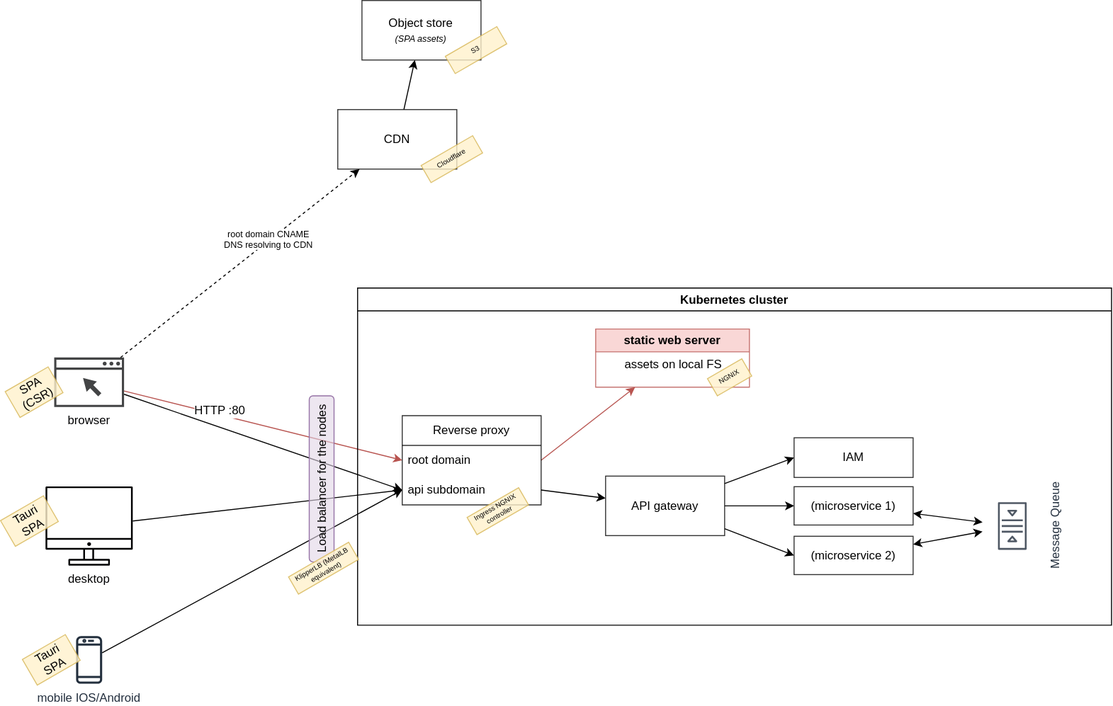
Above: docs/microservices-architecture.drawio.svg in szn-app/donation-web-platform (draw.io), before the change. Source tidied: cells renumbered, new cells last; positions are measured from the earlier drawing's top-left corner, leaving out a move shared by most shapes.
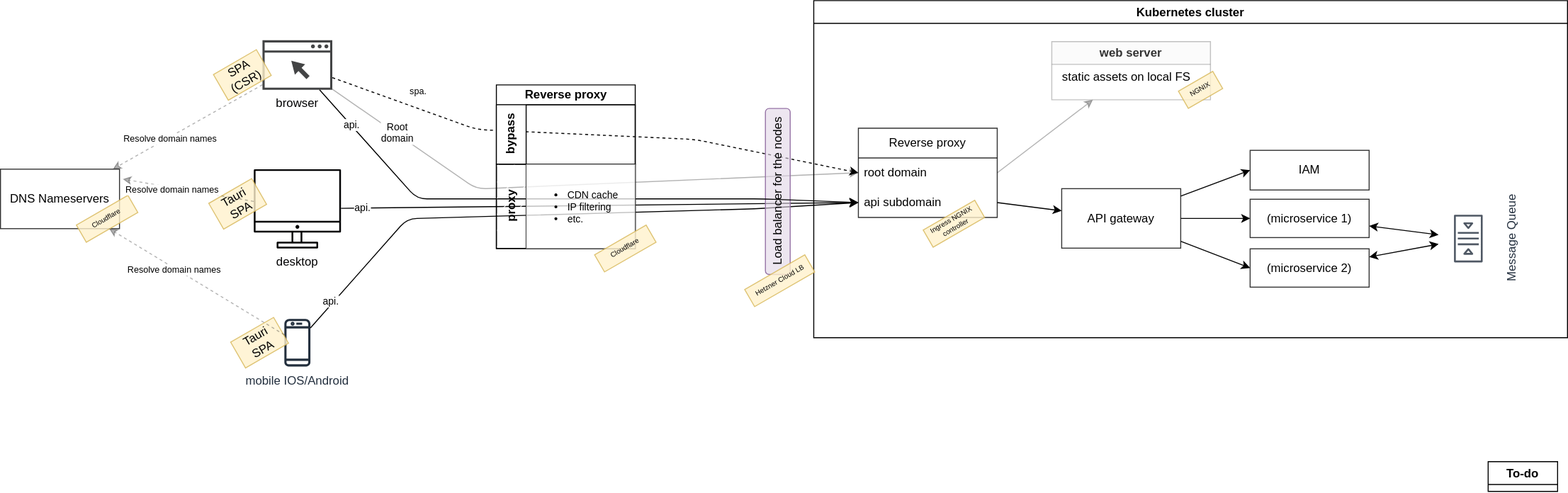
After the commit.

Commit message:
docs: architecture diagram update ci: configure gateway routing docs(test): run a simple latency test with Cloudflare

Change to the diagram source:
```diff
@@ -2,22 +2,28 @@
   <root>
     <mxCell id="0" />
     <mxCell id="1" parent="0" />
-    <mxCell id="2" style="edgeStyle=none;html=1;fontSize=12;entryX=0;entryY=0.5;entryDx=0;entryDy=0;fillColor=#f8cecc;strokeColor=#b85450;" parent="1" edge="1" source="33" target="23">
-      <mxGeometry relative="1" as="geometry" />
+    <mxCell id="2" style="edgeStyle=none;html=1;fontSize=12;entryX=0;entryY=0.5;entryDx=0;entryDy=0;fillColor=#f5f5f5;strokeColor=#666666;fillOpacity=50;strokeOpacity=50;fontStyle=1;" parent="1" edge="1" source="33" target="23">
+      <mxGeometry relative="1" as="geometry">
+        <Array as="points">
+          <mxPoint x="270" y="510" />
+        </Array>
+      </mxGeometry>
     </mxCell>
-    <mxCell id="3" value="HTTP :80" style="edgeLabel;html=1;align=center;verticalAlign=middle;fontSize=12;" parent="2" vertex="1">
-      <mxGeometry x="-0.32" y="4" relative="1" as="geometry" />
-    </mxCell>
+    <mxCell id="47" value="Root&lt;br&gt;domain" style="edgeLabel;html=1;align=center;verticalAlign=middle;fontSize=10;" parent="2" vertex="1">
+      <mxGeometry x="-0.76" y="-1" relative="1" as="geometry">
+        <mxPoint x="10" y="4" as="offset" />
+      </mxGeometry>
+    </mxCell>
     <mxCell id="4" value="Kubernetes cluster" style="swimlane;" parent="1" vertex="1">
-      <mxGeometry x="360" y="290" width="760" height="340" as="geometry" />
+      <mxGeometry x="610" y="320" width="760" height="340" as="geometry" />
     </mxCell>
-    <mxCell id="5" style="edgeStyle=none;html=1;fontSize=12;exitX=1;exitY=0.5;exitDx=0;exitDy=0;fillColor=#f8cecc;strokeColor=#b85450;" parent="4" edge="1" source="23" target="17">
+    <mxCell id="5" style="edgeStyle=none;html=1;fontSize=12;exitX=1;exitY=0.5;exitDx=0;exitDy=0;fillColor=#f5f5f5;strokeColor=#666666;fillOpacity=50;strokeOpacity=50;fontStyle=1;" parent="4" edge="1" source="23" target="17">
       <mxGeometry relative="1" as="geometry" />
     </mxCell>
-    <mxCell id="6" style="edgeStyle=none;html=1;entryX=0;entryY=0.5;entryDx=0;entryDy=0;fontSize=12;" parent="4" edge="1" source="8" target="12">
+    <mxCell id="6" style="edgeStyle=none;html=1;entryX=0;entryY=0.5;entryDx=0;entryDy=0;fontSize=12;fontStyle=1;" parent="4" edge="1" source="8" target="12">
       <mxGeometry relative="1" as="geometry" />
     </mxCell>
-    <mxCell id="7" style="edgeStyle=none;html=1;entryX=0;entryY=0.5;entryDx=0;entryDy=0;fontSize=12;" parent="4" edge="1" source="8" target="13">
+    <mxCell id="7" style="edgeStyle=none;html=1;entryX=0;entryY=0.5;entryDx=0;entryDy=0;fontSize=12;fontStyle=1;" parent="4" edge="1" source="8" target="13">
       <mxGeometry relative="1" as="geometry" />
     </mxCell>
     <mxCell id="8" value="API gateway" style="rounded=0;whiteSpace=wrap;html=1;glass=0;fontSize=12;opacity=80;" parent="4" vertex="1">
@@ -26,10 +32,10 @@
     <mxCell id="9" value="IAM" style="rounded=0;whiteSpace=wrap;html=1;glass=0;fontSize=12;opacity=80;" parent="4" vertex="1">
       <mxGeometry x="440" y="151" width="120" height="40" as="geometry" />
     </mxCell>
-    <mxCell id="10" style="edgeStyle=none;html=1;fontSize=12;entryX=0;entryY=0.5;entryDx=0;entryDy=0;" parent="4" edge="1" source="8" target="9">
+    <mxCell id="10" style="edgeStyle=none;html=1;fontSize=12;entryX=0;entryY=0.5;entryDx=0;entryDy=0;fontStyle=1;" parent="4" edge="1" source="8" target="9">
       <mxGeometry relative="1" as="geometry" />
     </mxCell>
-    <mxCell id="11" style="html=1;fontSize=12;verticalAlign=middle;horizontal=1;startArrow=classic;startFill=1;" parent="4" edge="1" source="12" target="15">
+    <mxCell id="11" style="html=1;fontSize=12;verticalAlign=middle;horizontal=1;startArrow=classic;startFill=1;fontStyle=1;" parent="4" edge="1" source="12" target="15">
       <mxGeometry relative="1" as="geometry" />
     </mxCell>
     <mxCell id="12" value="(microservice 1)" style="rounded=0;whiteSpace=wrap;html=1;glass=0;fontSize=12;opacity=80;" parent="4" vertex="1">
@@ -38,23 +44,23 @@
     <mxCell id="13" value="(microservice 2)" style="rounded=0;whiteSpace=wrap;html=1;glass=0;fontSize=12;opacity=80;" parent="4" vertex="1">
       <mxGeometry x="440" y="250.3" width="120" height="38.7" as="geometry" />
     </mxCell>
-    <mxCell id="14" style="edgeStyle=none;html=1;exitX=1;exitY=0.5;exitDx=0;exitDy=0;fontSize=12;" parent="4" edge="1" source="24" target="8">
+    <mxCell id="14" style="edgeStyle=none;html=1;exitX=1;exitY=0.5;exitDx=0;exitDy=0;fontSize=12;fontStyle=1;" parent="4" edge="1" source="24" target="8">
       <mxGeometry relative="1" as="geometry" />
     </mxCell>
     <mxCell id="15" value="Message Queue" style="sketch=0;outlineConnect=0;fontColor=#232F3E;gradientColor=none;strokeColor=#232F3E;fillColor=#ffffff;dashed=0;verticalLabelPosition=bottom;verticalAlign=top;align=center;html=1;fontSize=12;fontStyle=0;shape=mxgraph.aws4.resourceIcon;resIcon=mxgraph.aws4.queue;glass=0;opacity=80;rotation=-90;" parent="4" vertex="1">
       <mxGeometry x="630" y="210" width="60" height="60" as="geometry" />
     </mxCell>
-    <mxCell id="16" style="html=1;fontSize=12;verticalAlign=middle;horizontal=1;startArrow=classic;startFill=1;" parent="4" edge="1" source="13" target="15">
+    <mxCell id="16" style="html=1;fontSize=12;verticalAlign=middle;horizontal=1;startArrow=classic;startFill=1;fontStyle=1;" parent="4" edge="1" source="13" target="15">
       <mxGeometry relative="1" as="geometry" />
     </mxCell>
-    <mxCell id="17" value="static web server" style="swimlane;whiteSpace=wrap;html=1;glass=0;fontFamily=Helvetica;fontSize=12;opacity=80;fillColor=#f8cecc;strokeColor=#b85450;" parent="4" vertex="1">
-      <mxGeometry x="240" y="41.3" width="155" height="58.7" as="geometry" />
+    <mxCell id="17" value="web server" style="swimlane;whiteSpace=wrap;html=1;glass=0;fontFamily=Helvetica;fontSize=12;opacity=80;fillColor=#f5f5f5;strokeColor=#666666;fontColor=#333333;fillOpacity=50;strokeOpacity=50;" parent="4" vertex="1">
+      <mxGeometry x="240" y="41.3" width="160" height="58.7" as="geometry" />
     </mxCell>
-    <mxCell id="18" value="assets on local FS" style="text;html=1;align=center;verticalAlign=middle;fontSize=12;fontFamily=Helvetica;glass=0;opacity=80;" parent="17" vertex="1">
-      <mxGeometry x="17.5" y="21" width="120" height="30" as="geometry" />
+    <mxCell id="18" value="static assets on local FS" style="text;html=1;align=center;verticalAlign=middle;fontSize=12;fontFamily=Helvetica;glass=0;opacity=80;" parent="17" vertex="1">
+      <mxGeometry y="21" width="150" height="30" as="geometry" />
     </mxCell>
     <mxCell id="19" value="&lt;span style=&quot;color: rgb(2, 2, 3); font-size: 7px;&quot;&gt;NGNIX&lt;/span&gt;" style="text;html=1;align=center;verticalAlign=middle;whiteSpace=wrap;rounded=0;rotation=-30;glass=0;fillOpacity=100;strokeOpacity=100;opacity=80;arcSize=12;fontSize=7;fillColor=#fff2cc;strokeColor=#d6b656;" parent="17" vertex="1">
-      <mxGeometry x="115" y="38.7" width="40" height="20" as="geometry" />
+      <mxGeometry x="130" y="38.7" width="40" height="20" as="geometry" />
     </mxCell>
     <mxCell id="20" style="group;" parent="4" vertex="1">
       <mxGeometry x="45" y="100" width="147.3" height="148.7" as="geometry" />
@@ -101,41 +107,96 @@
     <mxCell id="34" value="&lt;span style=&quot;color: rgb(2, 2, 3);&quot;&gt;SPA (CSR)&lt;/span&gt;" style="text;html=1;fillColor=#fff2cc;align=center;verticalAlign=middle;whiteSpace=wrap;rounded=0;rotation=-30;strokeColor=#d6b656;glass=0;fillOpacity=100;strokeOpacity=100;opacity=80;arcSize=12;" parent="32" vertex="1">
       <mxGeometry x="4.2" y="20" width="50" height="30" as="geometry" />
     </mxCell>
-    <mxCell id="35" style="edgeStyle=none;html=1;entryX=0;entryY=0.5;entryDx=0;entryDy=0;fontSize=12;" parent="1" edge="1" source="30" target="24">
+    <mxCell id="35" style="edgeStyle=none;html=1;entryX=0;entryY=0.5;entryDx=0;entryDy=0;fontSize=12;fontStyle=1;" parent="1" edge="1" source="30" target="24">
       <mxGeometry relative="1" as="geometry" />
     </mxCell>
+    <mxCell id="48" value="api." style="edgeLabel;html=1;align=center;verticalAlign=middle;fontSize=10;" parent="35" vertex="1">
+      <mxGeometry x="-0.92" y="1" relative="1" as="geometry" />
+    </mxCell>
-    <mxCell id="36" style="edgeStyle=none;html=1;entryX=0;entryY=0.5;entryDx=0;entryDy=0;fontSize=12;" parent="1" edge="1" source="27" target="24">
-      <mxGeometry relative="1" as="geometry" />
+    <mxCell id="36" style="edgeStyle=none;html=1;entryX=0;entryY=0.5;entryDx=0;entryDy=0;fontSize=12;fontStyle=1;" parent="1" edge="1" source="27" target="24">
+      <mxGeometry relative="1" as="geometry">
+        <Array as="points">
+          <mxPoint x="200" y="540" />
+          <mxPoint x="550" y="530" />
+        </Array>
+      </mxGeometry>
     </mxCell>
-    <mxCell id="37" style="edgeStyle=none;html=1;" parent="1" edge="1" source="38" target="39">
-      <mxGeometry relative="1" as="geometry" />
-    </mxCell>
-    <mxCell id="38" value="CDN" style="rounded=0;whiteSpace=wrap;html=1;glass=0;fontSize=12;opacity=80;" parent="1" vertex="1">
-      <mxGeometry x="340" y="110" width="120" height="60" as="geometry" />
-    </mxCell>
-    <mxCell id="39" value="Object store&lt;br&gt;&lt;i&gt;&lt;font style=&quot;font-size: 9px;&quot;&gt;(SPA assets)&lt;/font&gt;&lt;/i&gt;" style="rounded=0;whiteSpace=wrap;html=1;glass=0;fontSize=12;opacity=80;" parent="1" vertex="1">
-      <mxGeometry x="364.4" width="120" height="60" as="geometry" />
-    </mxCell>
-    <mxCell id="40" value="&lt;font color=&quot;#020203&quot;&gt;Cloudflare&lt;/font&gt;" style="text;html=1;fillColor=#fff2cc;align=center;verticalAlign=middle;whiteSpace=wrap;rounded=0;rotation=-30;strokeColor=#d6b656;glass=0;fillOpacity=100;strokeOpacity=100;opacity=80;arcSize=12;fontSize=7;" parent="1" vertex="1">
-      <mxGeometry x="425" y="150" width="60" height="20" as="geometry" />
-    </mxCell>
-    <mxCell id="41" value="&lt;font color=&quot;#020203&quot;&gt;S3&lt;/font&gt;" style="text;html=1;fillColor=#fff2cc;align=center;verticalAlign=middle;whiteSpace=wrap;rounded=0;rotation=-30;strokeColor=#d6b656;glass=0;fillOpacity=100;strokeOpacity=100;opacity=80;arcSize=12;fontSize=7;" parent="1" vertex="1">
-      <mxGeometry x="449.4" y="40" width="60" height="20" as="geometry" />
-    </mxCell>
+    <mxCell id="49" value="api." style="edgeLabel;html=1;align=center;verticalAlign=middle;fontSize=10;" parent="36" vertex="1">
+      <mxGeometry x="-0.89" y="3" relative="1" as="geometry" />
+    </mxCell>
-    <mxCell id="42" style="edgeStyle=none;html=1;dashed=1;fontSize=9;" parent="1" edge="1" source="33" target="38">
-      <mxGeometry relative="1" as="geometry" />
+    <mxCell id="42" style="edgeStyle=none;html=1;dashed=1;fontSize=9;fontStyle=1;entryX=0;entryY=0.5;entryDx=0;entryDy=0;" parent="1" edge="1" source="33" target="23">
+      <mxGeometry relative="1" as="geometry">
+        <Array as="points">
+          <mxPoint x="270" y="450" />
+          <mxPoint x="490" y="460" />
+        </Array>
+      </mxGeometry>
     </mxCell>
-    <mxCell id="43" value="root domain CNAME&lt;br&gt;DNS resolving to CDN" style="edgeLabel;html=1;align=center;verticalAlign=middle;fontSize=9;" parent="42" vertex="1">
-      <mxGeometry x="0.25" y="2" relative="1" as="geometry" />
+    <mxCell id="43" value="spa." style="edgeLabel;html=1;align=center;verticalAlign=middle;fontSize=9;" parent="42" vertex="1">
+      <mxGeometry x="0.25" y="2" relative="1" as="geometry">
+        <mxPoint x="-243" y="-45" as="offset" />
+      </mxGeometry>
     </mxCell>
-    <mxCell id="44" style="edgeStyle=none;html=1;entryX=0;entryY=0.5;entryDx=0;entryDy=0;fontSize=9;" parent="1" edge="1" source="33" target="24">
-      <mxGeometry relative="1" as="geometry" />
-    </mxCell>
     <mxCell id="45" value="Load balancer for the nodes" style="rounded=1;whiteSpace=wrap;html=1;rotation=-90;glass=0;shadow=0;fillStyle=auto;fillColor=#e1d5e7;strokeColor=#9673a6;fillOpacity=60;" parent="1" vertex="1">
-      <mxGeometry x="240" y="470" width="167.5" height="25" as="geometry" />
+      <mxGeometry x="490" y="500" width="167.5" height="25" as="geometry" />
     </mxCell>
-    <mxCell id="46" value="&lt;font color=&quot;#020203&quot;&gt;KlipperLB (MetalLB equivalent)&lt;/font&gt;" style="text;html=1;fillColor=#fff2cc;align=center;verticalAlign=middle;whiteSpace=wrap;rounded=0;rotation=-30;strokeColor=#d6b656;glass=0;fillOpacity=100;strokeOpacity=100;opacity=80;arcSize=12;fontSize=7;" parent="1" vertex="1">
-      <mxGeometry x="290.7" y="562.5" width="70" height="20" as="geometry" />
+    <mxCell id="46" value="&lt;font color=&quot;#020203&quot;&gt;Hetzner Cloud LB&lt;/font&gt;" style="text;html=1;fillColor=#fff2cc;align=center;verticalAlign=middle;whiteSpace=wrap;rounded=0;rotation=-30;strokeColor=#d6b656;glass=0;fillOpacity=100;strokeOpacity=100;opacity=80;arcSize=12;fontSize=7;" parent="1" vertex="1">
+      <mxGeometry x="540.7" y="592.5" width="70" height="20" as="geometry" />
     </mxCell>
+    <mxCell id="50" value="DNS Nameservers" style="rounded=0;whiteSpace=wrap;html=1;glass=0;fontSize=12;opacity=80;" parent="1" vertex="1">
+      <mxGeometry x="-210" y="490" width="120" height="60" as="geometry" />
+    </mxCell>
+    <mxCell id="51" value="&lt;font color=&quot;#020203&quot;&gt;Cloudflare&lt;/font&gt;" style="text;html=1;fillColor=#fff2cc;align=center;verticalAlign=middle;whiteSpace=wrap;rounded=0;rotation=-30;strokeColor=#d6b656;glass=0;fillOpacity=100;strokeOpacity=100;opacity=80;arcSize=12;fontSize=7;" parent="1" vertex="1">
+      <mxGeometry x="-132.5" y="530" width="60" height="20" as="geometry" />
+    </mxCell>
+    <mxCell id="52" style="edgeStyle=none;html=1;dashed=1;fontSize=9;fontStyle=1;strokeOpacity=30;fillOpacity=30;" parent="1" edge="1" source="33" target="50">
+      <mxGeometry relative="1" as="geometry" />
+    </mxCell>
+    <mxCell id="53" value="Resolve domain names" style="edgeLabel;html=1;align=center;verticalAlign=middle;fontSize=9;" parent="52" vertex="1">
+      <mxGeometry x="0.25" y="2" relative="1" as="geometry" />
+    </mxCell>
+    <mxCell id="54" style="edgeStyle=none;html=1;dashed=1;fontSize=9;fontStyle=1;strokeOpacity=30;fillOpacity=30;" parent="1" edge="1" source="30">
+      <mxGeometry relative="1" as="geometry">
+        <mxPoint x="-86.8" y="500" as="targetPoint" />
+      </mxGeometry>
+    </mxCell>
+    <mxCell id="55" value="Resolve domain names" style="edgeLabel;html=1;align=center;verticalAlign=middle;fontSize=9;" parent="54" vertex="1">
+      <mxGeometry x="0.25" y="2" relative="1" as="geometry" />
+    </mxCell>
+    <mxCell id="56" style="edgeStyle=none;html=1;dashed=1;fontSize=9;fontStyle=1;strokeOpacity=30;fillOpacity=30;" parent="1" edge="1" source="27" target="50">
+      <mxGeometry relative="1" as="geometry" />
+    </mxCell>
+    <mxCell id="57" value="Resolve domain names" style="edgeLabel;html=1;align=center;verticalAlign=middle;fontSize=9;" parent="56" vertex="1">
+      <mxGeometry x="0.25" y="2" relative="1" as="geometry" />
+    </mxCell>
+    <mxCell id="44" style="edgeStyle=none;html=1;entryX=0;entryY=0.5;entryDx=0;entryDy=0;fontSize=9;fontStyle=1;" parent="1" edge="1" source="33" target="24">
+      <mxGeometry relative="1" as="geometry">
+        <Array as="points">
+          <mxPoint x="210" y="520" />
+          <mxPoint x="560" y="520" />
+        </Array>
+      </mxGeometry>
+    </mxCell>
+    <mxCell id="58" value="api." style="edgeLabel;html=1;align=center;verticalAlign=middle;fontSize=10;" parent="44" vertex="1">
+      <mxGeometry x="-0.84" y="1" relative="1" as="geometry" />
+    </mxCell>
+    <mxCell id="59" value="To-do" style="swimlane;" parent="1" vertex="1" collapsed="1">
+      <mxGeometry x="1290" y="785" width="70" height="30" as="geometry" />
+    </mxCell>
+    <mxCell id="60" value="Reverse proxy" style="swimlane;horizontal=1;startSize=20;html=1;" parent="1" vertex="1">
+      <mxGeometry x="290" y="405" width="140" height="165" as="geometry" />
+    </mxCell>
+    <mxCell id="61" value="bypass" style="swimlane;startSize=30;horizontal=0;html=1;" parent="60" vertex="1">
+      <mxGeometry y="20" width="140" height="60" as="geometry" />
+    </mxCell>
+    <mxCell id="62" value="proxy" style="swimlane;startSize=30;horizontal=0;html=1;" parent="60" vertex="1">
+      <mxGeometry y="80" width="140" height="85" as="geometry" />
+    </mxCell>
+    <mxCell id="63" value="&lt;ul style=&quot;font-size: 10px;&quot;&gt;&lt;li style=&quot;font-size: 10px;&quot;&gt;CDN cache&lt;/li&gt;&lt;li style=&quot;font-size: 10px;&quot;&gt;IP filtering&lt;/li&gt;&lt;li style=&quot;font-size: 10px;&quot;&gt;&amp;nbsp;etc.&lt;/li&gt;&lt;/ul&gt;" style="text;html=1;whiteSpace=wrap;verticalAlign=middle;overflow=hidden;fontSize=10;fillColor=default;fillOpacity=75;" parent="62" vertex="1">
+      <mxGeometry x="30" width="110" height="85" as="geometry" />
+    </mxCell>
+    <mxCell id="40" value="&lt;font color=&quot;#020203&quot;&gt;Cloudflare&lt;/font&gt;" style="text;html=1;fillColor=#fff2cc;align=center;verticalAlign=middle;whiteSpace=wrap;rounded=0;rotation=-30;strokeColor=#d6b656;glass=0;fillOpacity=100;strokeOpacity=100;opacity=80;arcSize=12;fontSize=7;" parent="1" vertex="1">
+      <mxGeometry x="390" y="560" width="60" height="20" as="geometry" />
+    </mxCell>
   </root>
 </mxGraphModel>
```
